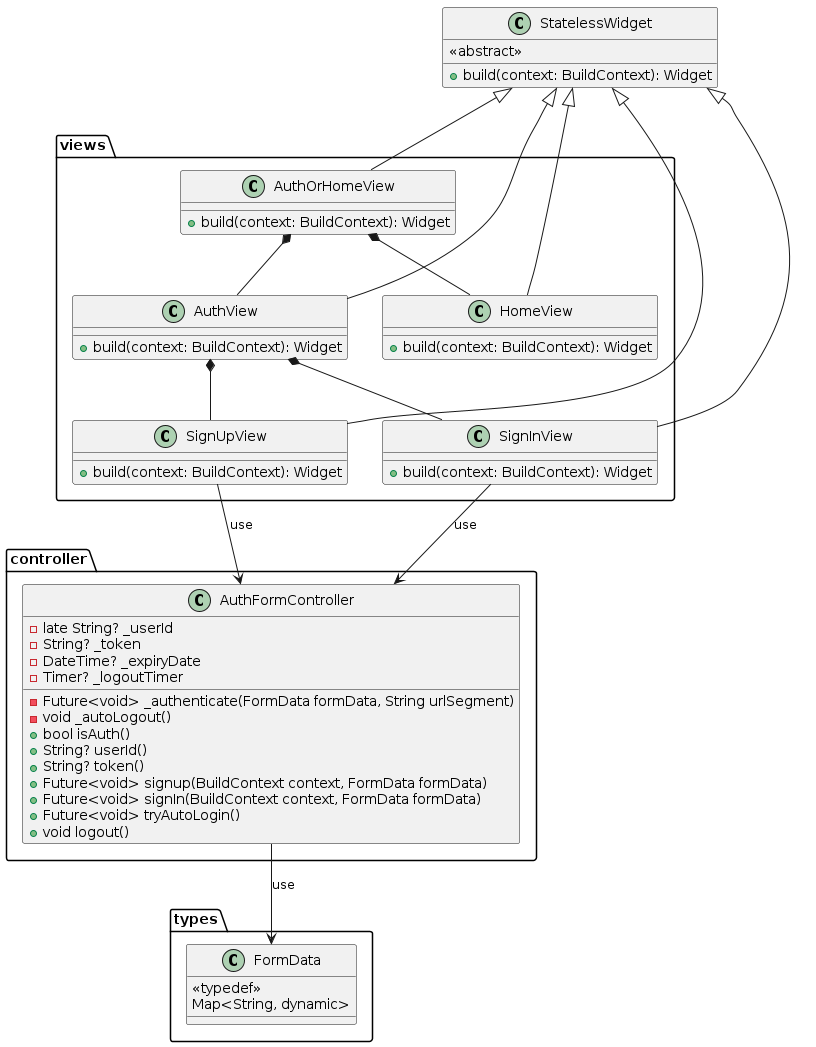
Before: docs/diagrams/out/pe_na_pedra_class_diagram_5.png, a diagram exported from PlantUML (tiagors09/pe_na_pedra). The source it was exported from:
```plantuml
@startuml pe_na_pedra_class_diagram_5
class StatelessWidget {
  <<abstract>>
  + build(context: BuildContext): Widget
}

package views {
  class AuthOrHomeView {
      + build(context: BuildContext): Widget
  }
  class AuthView {
      + build(context: BuildContext): Widget
  }
  class HomeView {
      + build(context: BuildContext): Widget
  }
  class SignUpView {
      + build(context: BuildContext): Widget
  }
  class SignInView {
      + build(context: BuildContext): Widget
  }
}

StatelessWidget <|-- AuthOrHomeView
StatelessWidget <|-- AuthView
StatelessWidget <|-- HomeView
StatelessWidget <|-- SignUpView
StatelessWidget <|-- SignInView
AuthOrHomeView *-- AuthView
AuthOrHomeView *-- HomeView
AuthView *-- SignUpView
AuthView *-- SignInView

package controller {
  class AuthFormController {
    - late String? _userId
    - String? _token
    - DateTime? _expiryDate
    - Timer? _logoutTimer

    - Future<void> _authenticate(FormData formData, String urlSegment)
    - void _autoLogout()
    + bool isAuth()
    + String? userId()
    + String? token()
    + Future<void> signup(BuildContext context, FormData formData)
    + Future<void> signIn(BuildContext context, FormData formData)
    + Future<void> tryAutoLogin()
    + void logout()
  }
}

package types {
  class FormData {
    <<typedef>>
    Map<String, dynamic>
  }
}

AuthFormController --> FormData : use

SignUpView --> AuthFormController : use
SignInView --> AuthFormController : use
@enduml
```
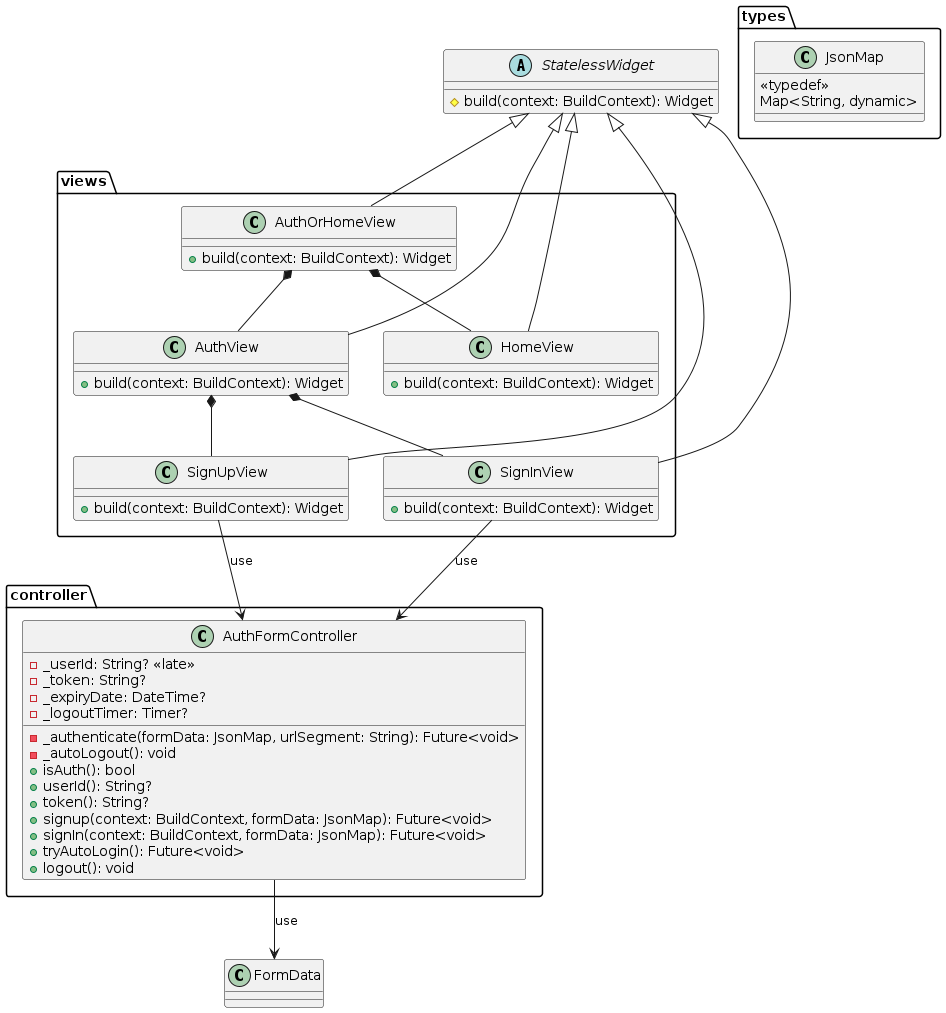
After the commit.

Commit message:
feat: :sparkles: export class diagrams to png

Diff of the diagram source:
```diff
@@ -1,24 +1,23 @@
 @startuml pe_na_pedra_class_diagram_5
-class StatelessWidget {
-  <<abstract>>
-  + build(context: BuildContext): Widget
+abstract class StatelessWidget {
+  # build(context: BuildContext): Widget
 }
 
 package views {
   class AuthOrHomeView {
-      + build(context: BuildContext): Widget
+    + build(context: BuildContext): Widget
   }
   class AuthView {
-      + build(context: BuildContext): Widget
+    + build(context: BuildContext): Widget
   }
   class HomeView {
-      + build(context: BuildContext): Widget
+    + build(context: BuildContext): Widget
   }
   class SignUpView {
-      + build(context: BuildContext): Widget
+    + build(context: BuildContext): Widget
   }
   class SignInView {
-      + build(context: BuildContext): Widget
+    + build(context: BuildContext): Widget
   }
 }
 
@@ -34,25 +33,25 @@
 
 package controller {
   class AuthFormController {
-    - late String? _userId
-    - String? _token
-    - DateTime? _expiryDate
-    - Timer? _logoutTimer
+    - _userId: String? <<late>>
+    - _token: String?
+    - _expiryDate: DateTime?
+    - _logoutTimer: Timer?
 
-    - Future<void> _authenticate(FormData formData, String urlSegment)
-    - void _autoLogout()
-    + bool isAuth()
-    + String? userId()
-    + String? token()
-    + Future<void> signup(BuildContext context, FormData formData)
-    + Future<void> signIn(BuildContext context, FormData formData)
-    + Future<void> tryAutoLogin()
-    + void logout()
+    - _authenticate(formData: JsonMap, urlSegment: String): Future<void>
+    - _autoLogout(): void
+    + isAuth(): bool
+    + userId(): String?
+    + token(): String?
+    + signup(context: BuildContext, formData: JsonMap): Future<void>
+    + signIn(context: BuildContext, formData: JsonMap): Future<void>
+    + tryAutoLogin(): Future<void>
+    + logout(): void
   }
 }
 
 package types {
-  class FormData {
+  class JsonMap {
     <<typedef>>
     Map<String, dynamic>
   }
```
